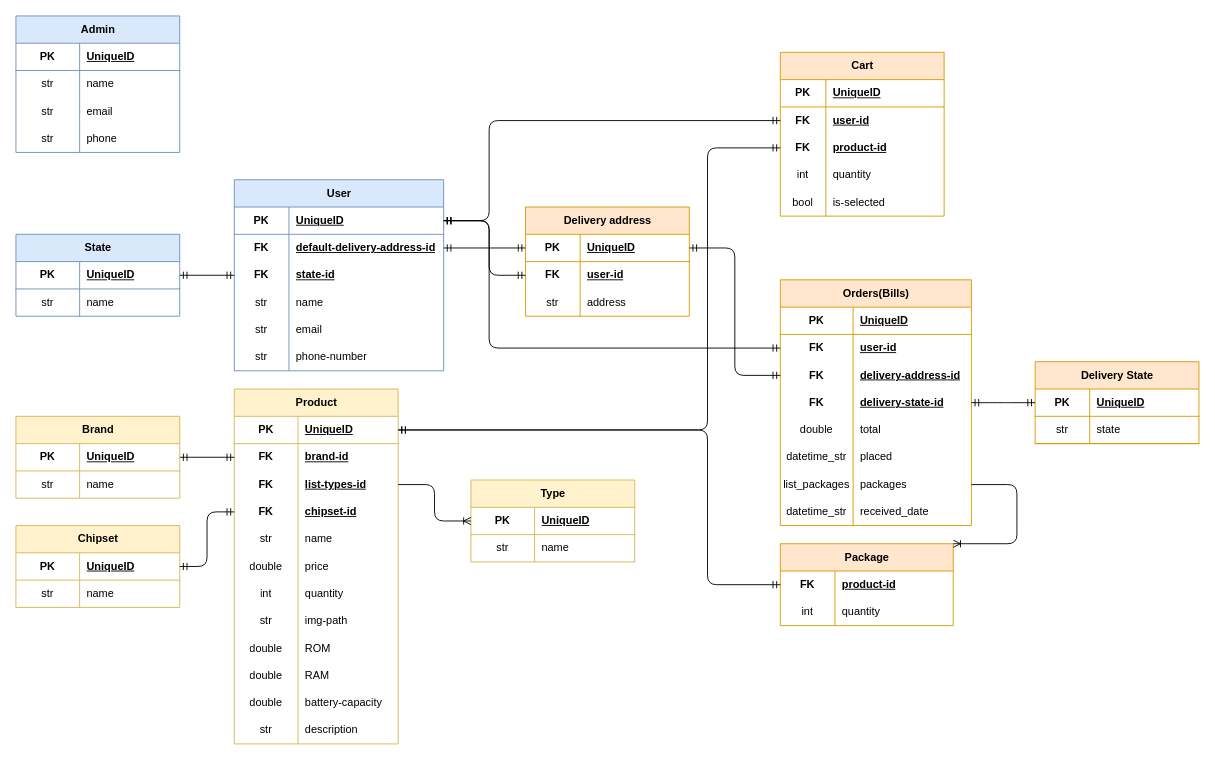
The draw.io diagram erd.drawio in dungtq2k5/dungtq2k5.digimart.github.io, before the edit. Source tidied: cells renumbered, new cells numbered last; positions are measured from the earlier drawing's top-left corner, leaving out a move shared by most shapes. Both pictures are drawn from the tidied source at 91%, with x=0, y=0 at pixel (15, 15).
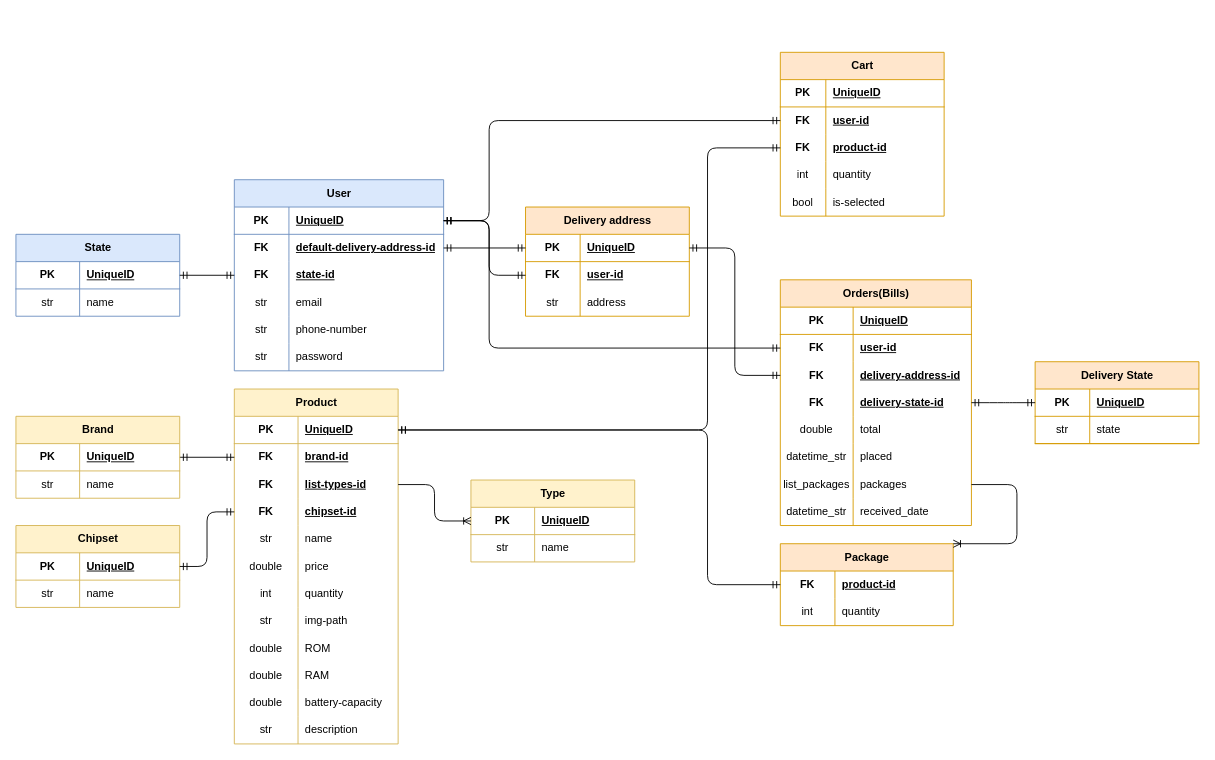
Above is the later version.

Commit message (it also covers changes not shown here):
Add remove image feature for products management in admin-page

The change refers to these unchanged cells:
```xml
<mxCell id="15" value="User" style="shape=table;startSize=30;childLayout=tableLayout;rowLines=0;fontStyle=1;align=center;html=1;fillColor=#dae8fc;strokeColor=#6c8ebf;" parent="1" vertex="1">
  <mxGeometry x="240" y="180" width="230" height="210" as="geometry" />
</mxCell>
```

The edit, as a diff of the source:
```diff
@@
-    <mxCell id="2" value="Admin" style="shape=table;startSize=30;childLayout=tableLayout;rowLines=0;fontStyle=1;align=center;html=1;fillColor=#dae8fc;strokeColor=#6c8ebf;" parent="1" vertex="1">
-      <mxGeometry width="180" height="150" as="geometry" />
-    </mxCell>
-    <mxCell id="3" style="shape=tableRow;horizontal=0;startSize=0;swimlaneHead=0;swimlaneBody=0;fillColor=none;top=0;left=0;right=0;bottom=1;swimlaneLine=0;strokeColor=inherit;" parent="2" vertex="1">
-      <mxGeometry y="30" width="180" height="30" as="geometry" />
-    </mxCell>
-    <mxCell id="4" value="PK" style="shape=partialRectangle;fillColor=none;top=0;left=0;bottom=0;right=0;fontStyle=1;overflow=hidden;whiteSpace=wrap;html=1;" parent="3" vertex="1">
-      <mxGeometry width="70" height="30" as="geometry" />
-    </mxCell>
-    <mxCell id="5" value="UniqueID" style="shape=partialRectangle;fillColor=none;top=0;left=0;bottom=0;right=0;align=left;spacingLeft=6;fontStyle=5;overflow=hidden;whiteSpace=wrap;html=1;" parent="3" vertex="1">
-      <mxGeometry x="70" width="110" height="30" as="geometry" />
-    </mxCell>
-    <mxCell id="6" style="shape=tableRow;horizontal=0;startSize=0;swimlaneHead=0;swimlaneBody=0;fillColor=none;top=0;left=0;right=0;bottom=0;" parent="2" vertex="1">
-      <mxGeometry y="60" width="180" height="30" as="geometry" />
-    </mxCell>
-    <mxCell id="7" value="str" style="shape=partialRectangle;fillColor=none;top=0;left=0;bottom=0;right=0;overflow=hidden;whiteSpace=wrap;html=1;" parent="6" vertex="1">
-      <mxGeometry width="70" height="30" as="geometry" />
-    </mxCell>
-    <mxCell id="8" value="name" style="shape=partialRectangle;fillColor=none;top=0;left=0;bottom=0;right=0;align=left;spacingLeft=6;overflow=hidden;whiteSpace=wrap;html=1;" parent="6" vertex="1">
-      <mxGeometry x="70" width="110" height="30" as="geometry" />
-    </mxCell>
-    <mxCell id="9" style="shape=tableRow;horizontal=0;startSize=0;swimlaneHead=0;swimlaneBody=0;fillColor=none;top=0;left=0;right=0;bottom=0;" parent="2" vertex="1">
-      <mxGeometry y="90" width="180" height="30" as="geometry" />
-    </mxCell>
-    <mxCell id="10" value="str" style="shape=partialRectangle;fillColor=none;top=0;left=0;bottom=0;right=0;overflow=hidden;whiteSpace=wrap;html=1;" parent="9" vertex="1">
-      <mxGeometry width="70" height="30" as="geometry" />
-    </mxCell>
-    <mxCell id="11" value="email" style="shape=partialRectangle;fillColor=none;top=0;left=0;bottom=0;right=0;align=left;spacingLeft=6;overflow=hidden;whiteSpace=wrap;html=1;" parent="9" vertex="1">
-      <mxGeometry x="70" width="110" height="30" as="geometry" />
-    </mxCell>
-    <mxCell id="12" style="shape=tableRow;horizontal=0;startSize=0;swimlaneHead=0;swimlaneBody=0;fillColor=none;top=0;left=0;right=0;bottom=0;" parent="2" vertex="1">
-      <mxGeometry y="120" width="180" height="30" as="geometry" />
-    </mxCell>
-    <mxCell id="13" value="str" style="shape=partialRectangle;fillColor=none;top=0;left=0;bottom=0;right=0;overflow=hidden;whiteSpace=wrap;html=1;" parent="12" vertex="1">
-      <mxGeometry width="70" height="30" as="geometry" />
-    </mxCell>
-    <mxCell id="14" value="phone" style="shape=partialRectangle;fillColor=none;top=0;left=0;bottom=0;right=0;align=left;spacingLeft=6;overflow=hidden;whiteSpace=wrap;html=1;" parent="12" vertex="1">
-      <mxGeometry x="70" width="110" height="30" as="geometry" />
-    </mxCell>
@@
-    <mxCell id="25" style="shape=tableRow;horizontal=0;startSize=0;swimlaneHead=0;swimlaneBody=0;fillColor=none;top=0;left=0;right=0;bottom=0;" parent="15" vertex="1">
-      <mxGeometry y="120" width="230" height="30" as="geometry" />
-    </mxCell>
-    <mxCell id="26" value="str" style="shape=partialRectangle;fillColor=none;top=0;left=0;bottom=0;right=0;overflow=hidden;whiteSpace=wrap;html=1;" parent="25" vertex="1">
-      <mxGeometry width="60" height="30" as="geometry" />
-    </mxCell>
-    <mxCell id="27" value="name" style="shape=partialRectangle;fillColor=none;top=0;left=0;bottom=0;right=0;align=left;spacingLeft=6;overflow=hidden;whiteSpace=wrap;html=1;" parent="25" vertex="1">
-      <mxGeometry x="60" width="170" height="30" as="geometry" />
-    </mxCell>
     <mxCell id="28" style="shape=tableRow;horizontal=0;startSize=0;swimlaneHead=0;swimlaneBody=0;fillColor=none;top=0;left=0;right=0;bottom=0;" parent="15" vertex="1">
-      <mxGeometry y="150" width="230" height="30" as="geometry" />
+      <mxGeometry y="120" width="230" height="30" as="geometry" />
     </mxCell>
@@
     <mxCell id="31" style="shape=tableRow;horizontal=0;startSize=0;swimlaneHead=0;swimlaneBody=0;fillColor=none;top=0;left=0;right=0;bottom=0;" parent="15" vertex="1">
-      <mxGeometry y="180" width="230" height="30" as="geometry" />
+      <mxGeometry y="150" width="230" height="30" as="geometry" />
     </mxCell>
@@
+    <mxCell id="177" style="shape=tableRow;horizontal=0;startSize=0;swimlaneHead=0;swimlaneBody=0;fillColor=none;top=0;left=0;right=0;bottom=0;" parent="15" vertex="1">
+      <mxGeometry y="180" width="230" height="30" as="geometry" />
+    </mxCell>
+    <mxCell id="26" value="str" style="shape=partialRectangle;fillColor=none;top=0;left=0;bottom=0;right=0;overflow=hidden;whiteSpace=wrap;html=1;" parent="177" vertex="1">
+      <mxGeometry width="60" height="30" as="geometry" />
+    </mxCell>
+    <mxCell id="178" value="password" style="shape=partialRectangle;fillColor=none;top=0;left=0;bottom=0;right=0;align=left;spacingLeft=6;overflow=hidden;whiteSpace=wrap;html=1;" parent="177" vertex="1">
+      <mxGeometry x="60" width="170" height="30" as="geometry" />
+    </mxCell>
```
